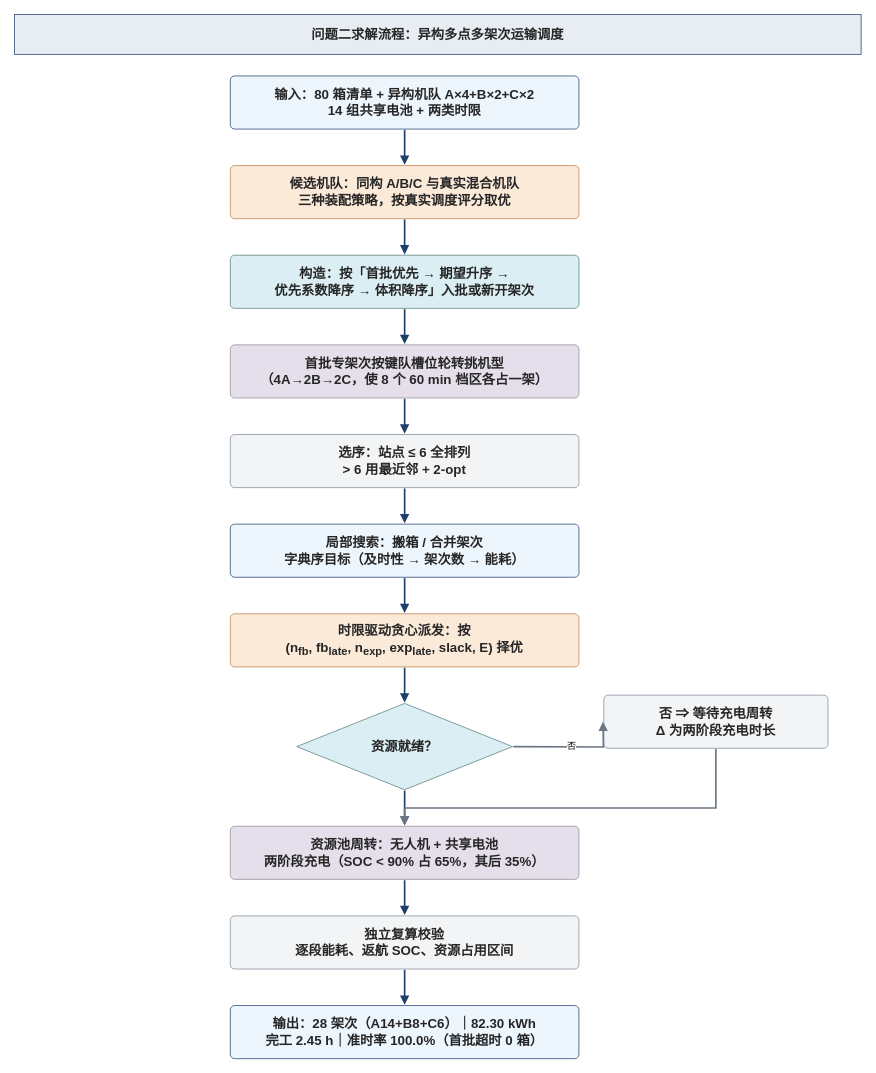
Earlier version of the draw.io diagram otheragent/diagrams/f02_flow.drawio (starfruitsz/MathAgent). Source tidied: cells renumbered, new cells numbered last; positions are measured from the earlier drawing's top-left corner, leaving out a move shared by most shapes. Both pictures are drawn from the tidied source at 83%, with x=0, y=0 at pixel (14, 14).
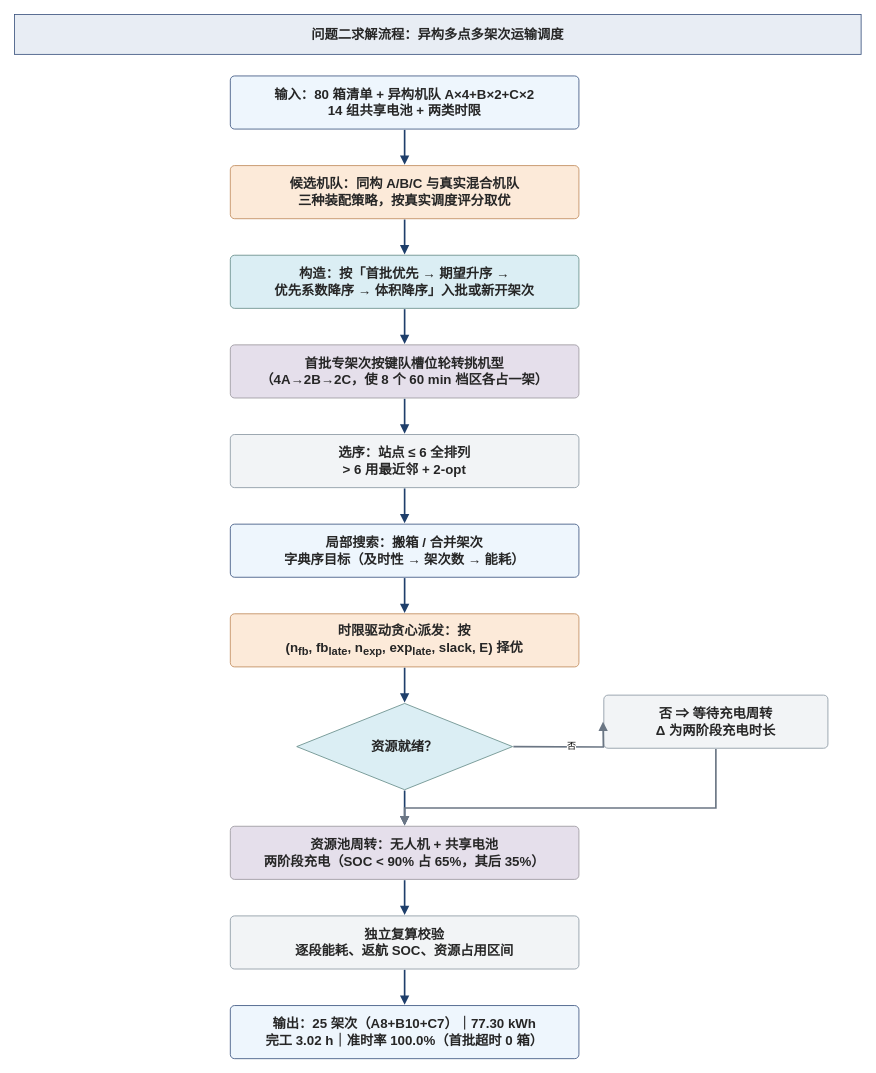
After the change.

Change to the diagram source:
```diff
@@
-    <mxCell id="25" value="输出：28 架次（A14+B8+C6）｜82.30 kWh&lt;br&gt;完工 2.45 h｜准时率 100.0%（首批超时 0 箱）" style="rounded=1;arcSize=8;whiteSpace=wrap;html=1;fillColor=#eef6fd;strokeColor=#3b547f;strokeWidth=1;fontSize=16;fontStyle=1;fontColor=#262626;fontFamily=Microsoft YaHei,PingFang SC,Helvetica;align=center;verticalAlign=middle;" parent="1" vertex="1">
+    <mxCell id="25" value="输出：25 架次（A8+B10+C7）｜77.30 kWh&lt;br&gt;完工 3.02 h｜准时率 100.0%（首批超时 0 箱）" style="rounded=1;arcSize=8;whiteSpace=wrap;html=1;fillColor=#eef6fd;strokeColor=#3b547f;strokeWidth=1;fontSize=16;fontStyle=1;fontColor=#262626;fontFamily=Microsoft YaHei,PingFang SC,Helvetica;align=center;verticalAlign=middle;" parent="1" vertex="1">
       <mxGeometry x="260" y="1194" width="420" height="64" as="geometry" />
     </mxCell>
```
